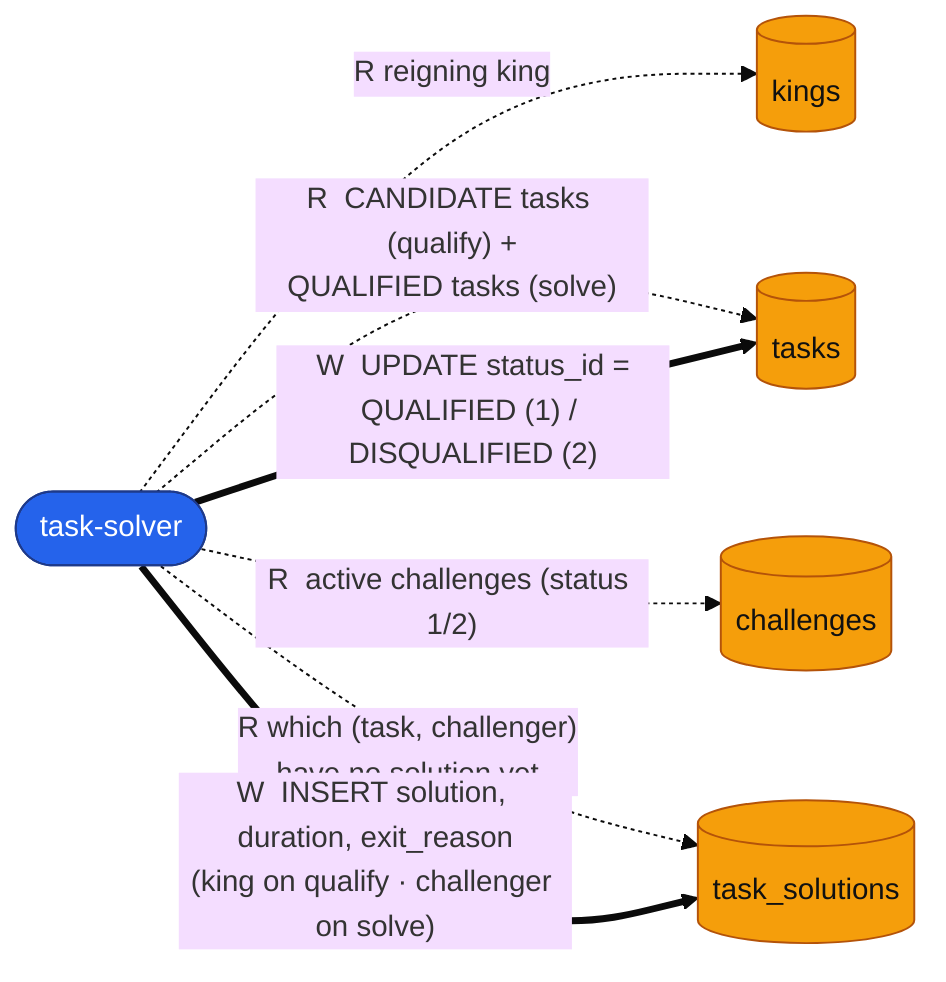
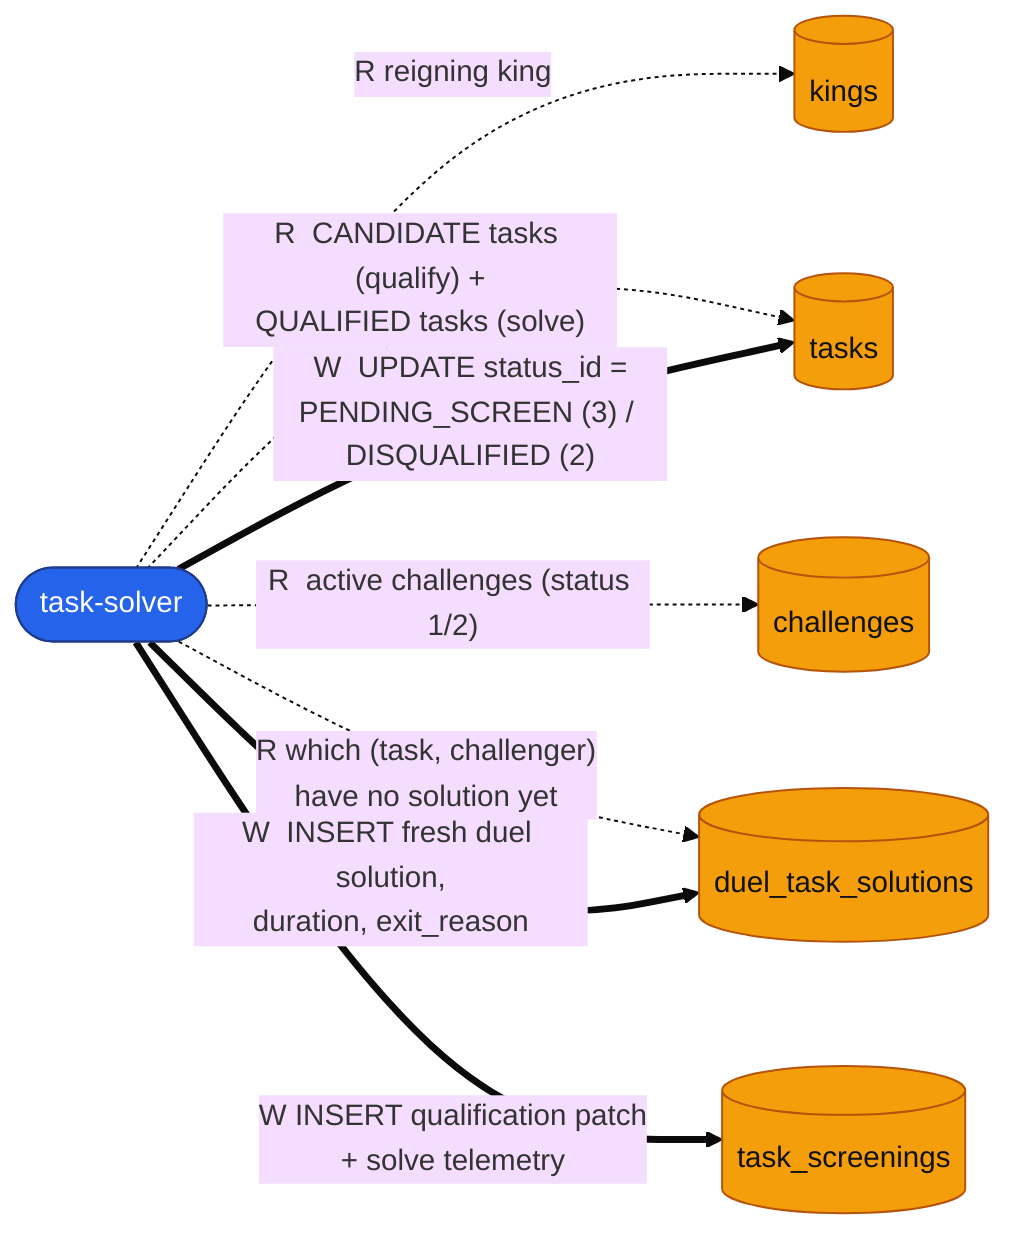
%%{init: {"theme": "base", "themeVariables": {"fontSize": "15px"}}}%%
flowchart LR
    ts(["task-solver"])
    kings[("kings")]
    tasks[("tasks")]
    chal[("challenges")]
-     tsol[("task_solutions")]
+     screen[("task_screenings")]
+     tsol[("duel_task_solutions")]

    ts -. "R  reigning king" .-> kings
    ts -. "R  CANDIDATE tasks (qualify) +<br/>QUALIFIED tasks (solve)" .-> tasks
    ts -. "R  active challenges (status 1/2)" .-> chal
    ts -. "R  which (task, challenger)<br/>have no solution yet" .-> tsol
-     ts == "W  UPDATE status_id =<br/>QUALIFIED (1) / DISQUALIFIED (2)" ==> tasks
-     ts == "W  INSERT solution, duration, exit_reason<br/>(king on qualify · challenger on solve)" ==> tsol
+     ts == "W  UPDATE status_id =<br/>PENDING_SCREEN (3) / DISQUALIFIED (2)" ==> tasks
+     ts == "W  INSERT qualification patch<br/>+ solve telemetry" ==> screen
+     ts == "W  INSERT fresh duel solution,<br/>duration, exit_reason" ==> tsol

    classDef worker fill:#2563eb,stroke:#1e3a8a,color:#fff;
    classDef store fill:#f59e0b,stroke:#b45309,color:#111;
    class ts worker;
-     class kings,tasks,chal,tsol store;
+     class kings,tasks,chal,screen,tsol store;
